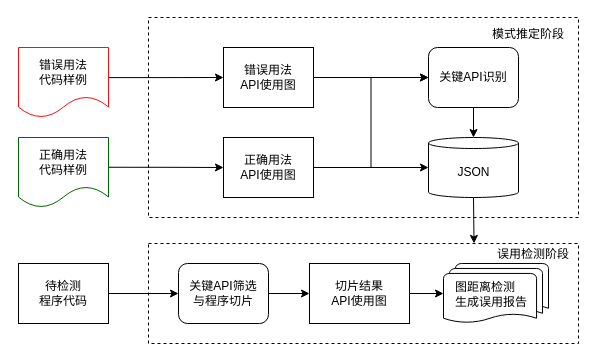
ToJ112/pic-md keeps this draw.io diagram as 整体架构24.drawio. Above is the earlier version. Source tidied: cells renumbered, new cells numbered last; positions are measured from the earlier drawing's top-left corner, leaving out a move shared by most shapes. Both pictures are drawn from the tidied source at 100%, with x=0, y=0 at pixel (18, 17).
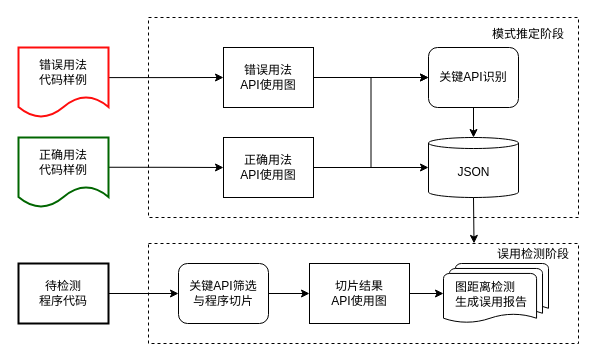
After the change.

Commit message (it also covers changes not shown here):
更新整体架构24.drawio

The edit, as a diff of the source:
```diff
@@
-    <mxCell id="4" value="正确用法&lt;br&gt;代码样例" style="shape=document;whiteSpace=wrap;html=1;boundedLbl=1;strokeColor=#006600;" parent="1" vertex="1">
+    <mxCell id="4" value="正确用法&lt;br&gt;代码样例" style="shape=document;whiteSpace=wrap;html=1;boundedLbl=1;strokeColor=#006600;strokeWidth=2;" parent="1" vertex="1">
       <mxGeometry y="120" width="90" height="70" as="geometry" />
     </mxCell>
@@
-    <mxCell id="9" value="错误用法&lt;br&gt;代码样例" style="shape=document;whiteSpace=wrap;html=1;boundedLbl=1;strokeColor=#FF0D0D;" parent="1" vertex="1">
+    <mxCell id="9" value="错误用法&lt;br&gt;代码样例" style="shape=document;whiteSpace=wrap;html=1;boundedLbl=1;strokeColor=#FF0D0D;strokeWidth=2;" parent="1" vertex="1">
       <mxGeometry y="30" width="90" height="70" as="geometry" />
     </mxCell>
@@
-    <mxCell id="19" value="待检测&lt;br&gt;程序代码" style="rounded=0;whiteSpace=wrap;html=1;" parent="1" vertex="1">
+    <mxCell id="19" value="待检测&lt;br&gt;程序代码" style="rounded=0;whiteSpace=wrap;html=1;strokeWidth=2;" parent="1" vertex="1">
       <mxGeometry y="246" width="90" height="60" as="geometry" />
     </mxCell>
```
